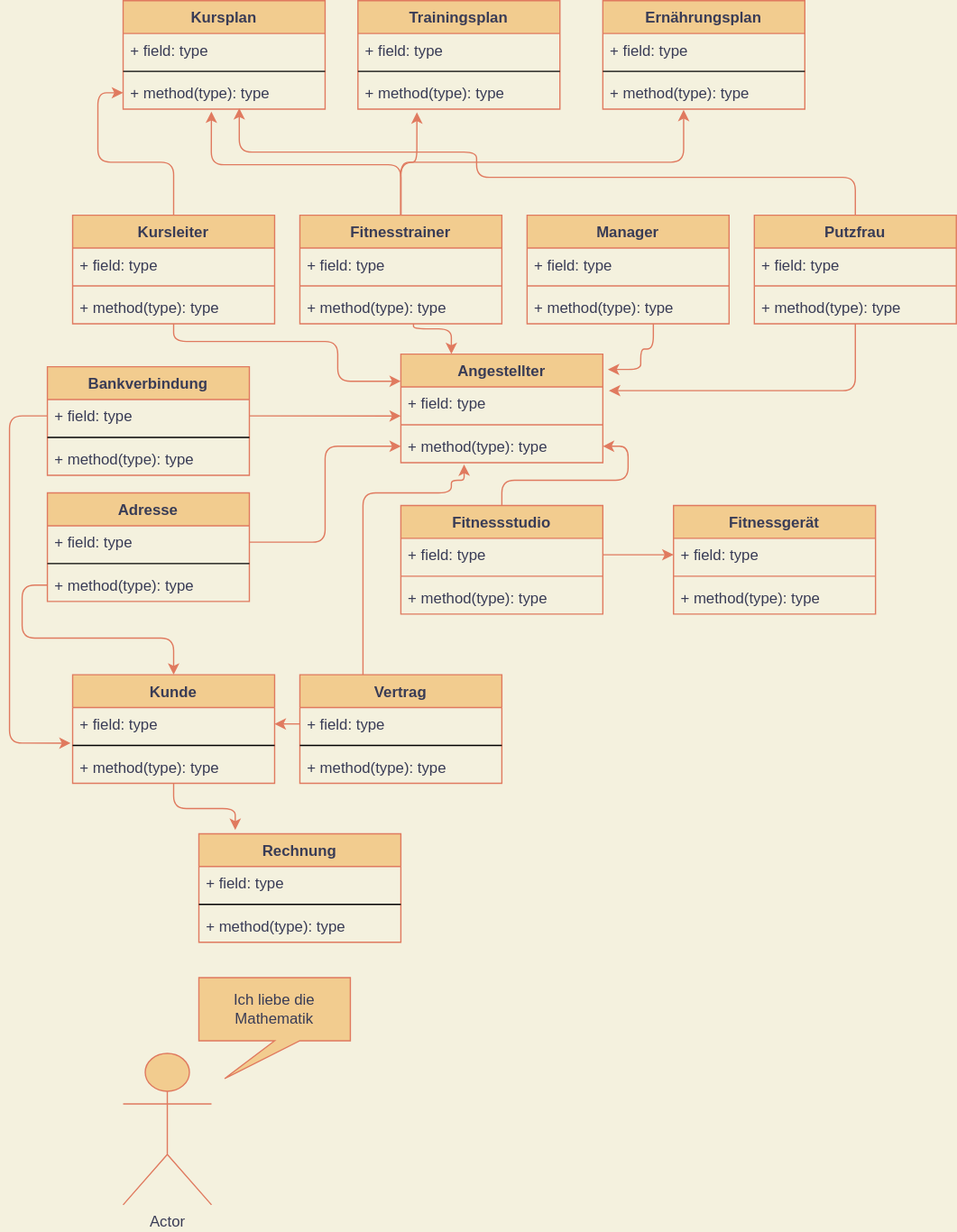
Fabianofski/hwr-oop-lecture-shared keeps this draw.io diagram as src/Muckibude.svg. Above is the earlier version. Source tidied: cells renumbered, new cells last; positions are measured from the earlier drawing's top-left corner, leaving out a move shared by most shapes.
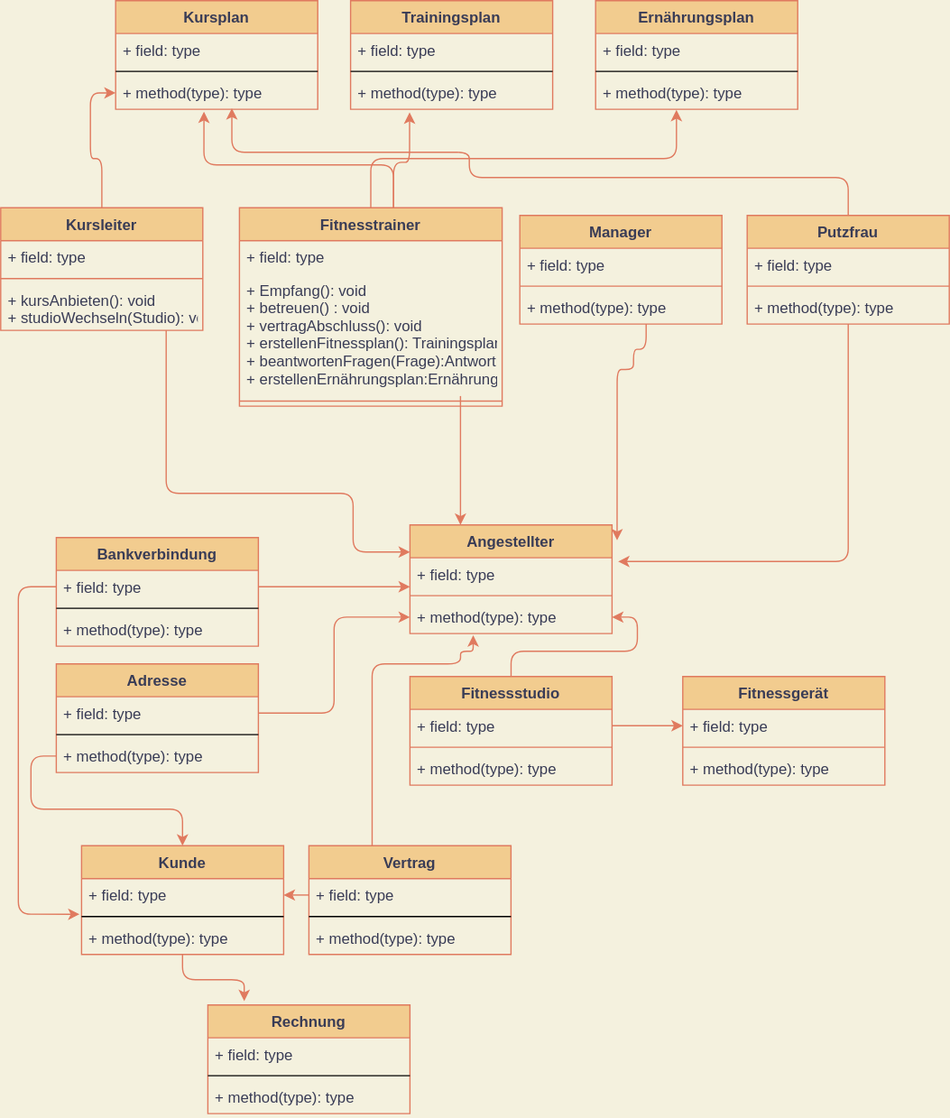
The same diagram one commit later.

The edit, as a diff of the source:
```diff
@@ -2,11 +2,11 @@
   <root>
     <mxCell id="0" />
     <mxCell id="1" parent="0" />
-    <mxCell id="2" style="edgeStyle=orthogonalEdgeStyle;rounded=1;jettySize=auto;html=1;fontColor=#393C56;strokeColor=#E07A5F;fillColor=#F2CC8F;" parent="1" edge="1" source="3" target="46">
+    <mxCell id="2" style="edgeStyle=orthogonalEdgeStyle;jettySize=auto;html=1;fontColor=#393C56;strokeColor=#E07A5F;fillColor=#F2CC8F;" parent="1" edge="1" source="3" target="46">
       <mxGeometry relative="1" as="geometry" />
     </mxCell>
     <mxCell id="3" value="Kursleiter" style="swimlane;fontStyle=1;align=center;verticalAlign=top;horizontal=1;startSize=26;fillColor=#F2CC8F;strokeColor=#E07A5F;fontColor=#393C56;" parent="1" vertex="1">
-      <mxGeometry x="50" y="170" width="160" height="86" as="geometry" />
+      <mxGeometry x="-14" y="29" width="160" height="97" as="geometry" />
     </mxCell>
     <mxCell id="4" value="+ field: type" style="text;strokeColor=none;fillColor=none;align=left;verticalAlign=top;spacingLeft=4;spacingRight=4;overflow=hidden;fontColor=#393C56;" parent="3" vertex="1">
       <mxGeometry y="26" width="160" height="26" as="geometry" />
@@ -14,55 +14,55 @@
     <mxCell id="5" style="line;strokeWidth=1;fillColor=none;align=left;verticalAlign=middle;spacingTop=-1;spacingLeft=3;spacingRight=3;labelPosition=right;strokeColor=#E07A5F;fontColor=#393C56;labelBackgroundColor=#F4F1DE;" parent="3" vertex="1">
       <mxGeometry y="52" width="160" height="8" as="geometry" />
     </mxCell>
-    <mxCell id="6" value="+ method(type): type" style="text;strokeColor=none;fillColor=none;align=left;verticalAlign=top;spacingLeft=4;spacingRight=4;overflow=hidden;points=[[0,0.5],[1,0.5]];portConstraint=eastwest;fontColor=#393C56;" parent="3" vertex="1">
-      <mxGeometry y="60" width="160" height="26" as="geometry" />
+    <mxCell id="6" value="+ kursAnbieten(): void&#10;+ studioWechseln(Studio): void" style="text;strokeColor=none;fillColor=none;align=left;verticalAlign=top;spacingLeft=4;spacingRight=4;overflow=hidden;points=[[0,0.5],[1,0.5]];portConstraint=eastwest;fontColor=#393C56;" parent="3" vertex="1">
+      <mxGeometry y="60" width="160" height="37" as="geometry" />
     </mxCell>
-    <mxCell id="7" style="edgeStyle=orthogonalEdgeStyle;rounded=1;jettySize=auto;html=1;entryX=0.437;entryY=1.071;entryDx=0;entryDy=0;entryPerimeter=0;fontColor=#393C56;strokeColor=#E07A5F;fillColor=#F2CC8F;" parent="1" edge="1" source="10" target="46">
+    <mxCell id="7" style="edgeStyle=orthogonalEdgeStyle;jettySize=auto;html=1;entryX=0.437;entryY=1.071;entryDx=0;entryDy=0;entryPerimeter=0;fontColor=#393C56;strokeColor=#E07A5F;fillColor=#F2CC8F;" parent="1" edge="1" source="10" target="46">
       <mxGeometry relative="1" as="geometry">
         <Array as="points">
-          <mxPoint x="310" y="130" />
-          <mxPoint x="160" y="130" />
+          <mxPoint x="297" y="-5" />
+          <mxPoint x="147" y="-5" />
         </Array>
       </mxGeometry>
     </mxCell>
-    <mxCell id="8" style="edgeStyle=orthogonalEdgeStyle;rounded=1;jettySize=auto;html=1;entryX=0.292;entryY=1.096;entryDx=0;entryDy=0;entryPerimeter=0;fontColor=#393C56;strokeColor=#E07A5F;fillColor=#F2CC8F;" parent="1" edge="1" source="10" target="50">
+    <mxCell id="8" style="edgeStyle=orthogonalEdgeStyle;jettySize=auto;html=1;entryX=0.292;entryY=1.096;entryDx=0;entryDy=0;entryPerimeter=0;fontColor=#393C56;strokeColor=#E07A5F;fillColor=#F2CC8F;" parent="1" edge="1" source="10" target="50">
       <mxGeometry relative="1" as="geometry">
         <Array as="points">
-          <mxPoint x="310" y="128" />
-          <mxPoint x="323" y="128" />
+          <mxPoint x="297" y="-7" />
+          <mxPoint x="310" y="-7" />
         </Array>
       </mxGeometry>
     </mxCell>
-    <mxCell id="9" style="edgeStyle=orthogonalEdgeStyle;rounded=1;jettySize=auto;html=1;entryX=0.4;entryY=1.019;entryDx=0;entryDy=0;entryPerimeter=0;fontColor=#393C56;strokeColor=#E07A5F;fillColor=#F2CC8F;" parent="1" edge="1" source="10" target="54">
+    <mxCell id="9" style="edgeStyle=orthogonalEdgeStyle;jettySize=auto;html=1;entryX=0.4;entryY=1.019;entryDx=0;entryDy=0;entryPerimeter=0;fontColor=#393C56;strokeColor=#E07A5F;fillColor=#F2CC8F;" parent="1" edge="1" source="10" target="54">
       <mxGeometry relative="1" as="geometry" />
     </mxCell>
     <mxCell id="10" value="Fitnesstrainer" style="swimlane;fontStyle=1;align=center;verticalAlign=top;horizontal=1;startSize=26;fillColor=#F2CC8F;strokeColor=#E07A5F;fontColor=#393C56;" parent="1" vertex="1">
-      <mxGeometry x="230" y="170" width="160" height="86" as="geometry" />
+      <mxGeometry x="175" y="29" width="208" height="157" as="geometry" />
     </mxCell>
     <mxCell id="11" value="+ field: type" style="text;strokeColor=none;fillColor=none;align=left;verticalAlign=top;spacingLeft=4;spacingRight=4;overflow=hidden;fontColor=#393C56;" parent="10" vertex="1">
-      <mxGeometry y="26" width="160" height="26" as="geometry" />
+      <mxGeometry y="26" width="208" height="26" as="geometry" />
     </mxCell>
+    <mxCell id="13" value="+ Empfang(): void&#10;+ betreuen() : void&#10;+ vertragAbschluss(): void&#10;+ erstellenFitnessplan(): Trainingsplan&#10;+ beantwortenFragen(Frage):Antwort&#10;+ erstellenErnährungsplan:Ernährungsplan" style="text;strokeColor=none;fillColor=none;align=left;verticalAlign=top;spacingLeft=4;spacingRight=4;overflow=hidden;points=[[0,0.5],[1,0.5]];portConstraint=eastwest;fontColor=#393C56;" parent="10" vertex="1">
+      <mxGeometry y="52" width="208" height="97" as="geometry" />
+    </mxCell>
     <mxCell id="12" style="line;strokeWidth=1;fillColor=none;align=left;verticalAlign=middle;spacingTop=-1;spacingLeft=3;spacingRight=3;labelPosition=right;strokeColor=#E07A5F;fontColor=#393C56;labelBackgroundColor=#F4F1DE;" parent="10" vertex="1">
-      <mxGeometry y="52" width="160" height="8" as="geometry" />
+      <mxGeometry y="149" width="208" height="8" as="geometry" />
     </mxCell>
-    <mxCell id="13" value="+ method(type): type" style="text;strokeColor=none;fillColor=none;align=left;verticalAlign=top;spacingLeft=4;spacingRight=4;overflow=hidden;points=[[0,0.5],[1,0.5]];portConstraint=eastwest;fontColor=#393C56;" parent="10" vertex="1">
-      <mxGeometry y="60" width="160" height="26" as="geometry" />
-    </mxCell>
     <mxCell id="14" style="edgeStyle=orthogonalEdgeStyle;jettySize=auto;html=1;entryX=1.03;entryY=0.115;entryDx=0;entryDy=0;entryPerimeter=0;fontColor=#393C56;strokeColor=#E07A5F;fillColor=#F2CC8F;" parent="1" edge="1" source="16" target="70">
       <mxGeometry relative="1" as="geometry" />
     </mxCell>
-    <mxCell id="15" style="edgeStyle=orthogonalEdgeStyle;rounded=1;jettySize=auto;html=1;entryX=0.575;entryY=0.968;entryDx=0;entryDy=0;entryPerimeter=0;fontColor=#393C56;strokeColor=#E07A5F;fillColor=#F2CC8F;" parent="1" edge="1" source="16" target="46">
+    <mxCell id="15" style="edgeStyle=orthogonalEdgeStyle;jettySize=auto;html=1;entryX=0.575;entryY=0.968;entryDx=0;entryDy=0;entryPerimeter=0;fontColor=#393C56;strokeColor=#E07A5F;fillColor=#F2CC8F;" parent="1" edge="1" source="16" target="46">
       <mxGeometry relative="1" as="geometry">
         <Array as="points">
-          <mxPoint x="670" y="140" />
-          <mxPoint x="370" y="140" />
-          <mxPoint x="370" y="120" />
-          <mxPoint x="182" y="120" />
+          <mxPoint x="657" y="5" />
+          <mxPoint x="357" y="5" />
+          <mxPoint x="357" y="-15" />
+          <mxPoint x="169" y="-15" />
         </Array>
       </mxGeometry>
     </mxCell>
     <mxCell id="16" value="Putzfrau" style="swimlane;fontStyle=1;align=center;verticalAlign=top;horizontal=1;startSize=26;fillColor=#F2CC8F;strokeColor=#E07A5F;fontColor=#393C56;" parent="1" vertex="1">
-      <mxGeometry x="590" y="170" width="160" height="86" as="geometry" />
+      <mxGeometry x="577" y="35" width="160" height="86" as="geometry" />
     </mxCell>
     <mxCell id="17" value="+ field: type" style="text;strokeColor=none;fillColor=none;align=left;verticalAlign=top;spacingLeft=4;spacingRight=4;overflow=hidden;fontColor=#393C56;" parent="16" vertex="1">
       <mxGeometry y="26" width="160" height="26" as="geometry" />
@@ -74,7 +74,7 @@
       <mxGeometry y="60" width="160" height="26" as="geometry" />
     </mxCell>
     <mxCell id="20" value="Manager" style="swimlane;fontStyle=1;align=center;verticalAlign=top;horizontal=1;startSize=26;fillColor=#F2CC8F;strokeColor=#E07A5F;fontColor=#393C56;" parent="1" vertex="1">
-      <mxGeometry x="410" y="170" width="160" height="86" as="geometry" />
+      <mxGeometry x="397" y="35" width="160" height="86" as="geometry" />
     </mxCell>
     <mxCell id="21" value="+ field: type" style="text;strokeColor=none;fillColor=none;align=left;verticalAlign=top;spacingLeft=4;spacingRight=4;overflow=hidden;fontColor=#393C56;" parent="20" vertex="1">
       <mxGeometry y="26" width="160" height="26" as="geometry" />
@@ -112,7 +112,7 @@
     <mxCell id="32" value="+ method(type): type" style="text;strokeColor=none;fillColor=none;align=left;verticalAlign=top;spacingLeft=4;spacingRight=4;overflow=hidden;fontColor=#393C56;" parent="29" vertex="1">
       <mxGeometry y="60" width="160" height="26" as="geometry" />
     </mxCell>
-    <mxCell id="33" style="edgeStyle=orthogonalEdgeStyle;rounded=1;jettySize=auto;html=1;entryX=0.313;entryY=1.054;entryDx=0;entryDy=0;entryPerimeter=0;fontColor=#393C56;strokeColor=#E07A5F;fillColor=#F2CC8F;" parent="1" edge="1" source="34" target="72">
+    <mxCell id="33" style="edgeStyle=orthogonalEdgeStyle;jettySize=auto;html=1;entryX=0.313;entryY=1.054;entryDx=0;entryDy=0;entryPerimeter=0;fontColor=#393C56;strokeColor=#E07A5F;fillColor=#F2CC8F;" parent="1" edge="1" source="34" target="72">
       <mxGeometry relative="1" as="geometry">
         <Array as="points">
           <mxPoint x="280" y="390" />
@@ -134,7 +134,7 @@
     <mxCell id="37" value="+ method(type): type" style="text;strokeColor=none;fillColor=none;align=left;verticalAlign=top;spacingLeft=4;spacingRight=4;overflow=hidden;fontColor=#393C56;" parent="34" vertex="1">
       <mxGeometry y="60" width="160" height="26" as="geometry" />
     </mxCell>
-    <mxCell id="38" style="edgeStyle=orthogonalEdgeStyle;rounded=1;jettySize=auto;html=1;entryX=0.18;entryY=-0.035;entryDx=0;entryDy=0;entryPerimeter=0;fontColor=#393C56;strokeColor=#E07A5F;fillColor=#F2CC8F;" parent="1" edge="1" source="39" target="65">
+    <mxCell id="38" style="edgeStyle=orthogonalEdgeStyle;jettySize=auto;html=1;entryX=0.18;entryY=-0.035;entryDx=0;entryDy=0;entryPerimeter=0;fontColor=#393C56;strokeColor=#E07A5F;fillColor=#F2CC8F;" parent="1" edge="1" source="39" target="65">
       <mxGeometry relative="1" as="geometry" />
     </mxCell>
     <mxCell id="39" value="Kunde" style="swimlane;fontStyle=1;align=center;verticalAlign=top;horizontal=1;startSize=26;fontColor=#393C56;strokeColor=#E07A5F;fillColor=#F2CC8F;" parent="1" vertex="1">
@@ -150,7 +150,7 @@
       <mxGeometry y="60" width="160" height="26" as="geometry" />
     </mxCell>
     <mxCell id="43" value="Kursplan" style="swimlane;fontStyle=1;align=center;verticalAlign=top;horizontal=1;startSize=26;fontColor=#393C56;strokeColor=#E07A5F;fillColor=#F2CC8F;" parent="1" vertex="1">
-      <mxGeometry x="90" width="160" height="86" as="geometry" />
+      <mxGeometry x="77" y="-135" width="160" height="86" as="geometry" />
     </mxCell>
     <mxCell id="44" value="+ field: type" style="text;strokeColor=none;fillColor=none;align=left;verticalAlign=top;spacingLeft=4;spacingRight=4;overflow=hidden;fontColor=#393C56;" parent="43" vertex="1">
       <mxGeometry y="26" width="160" height="26" as="geometry" />
@@ -162,7 +162,7 @@
       <mxGeometry y="60" width="160" height="26" as="geometry" />
     </mxCell>
     <mxCell id="47" value="Trainingsplan" style="swimlane;fontStyle=1;align=center;verticalAlign=top;horizontal=1;startSize=26;fontColor=#393C56;strokeColor=#E07A5F;fillColor=#F2CC8F;" parent="1" vertex="1">
-      <mxGeometry x="276" width="160" height="86" as="geometry" />
+      <mxGeometry x="263" y="-135" width="160" height="86" as="geometry" />
     </mxCell>
     <mxCell id="48" value="+ field: type" style="text;strokeColor=none;fillColor=none;align=left;verticalAlign=top;spacingLeft=4;spacingRight=4;overflow=hidden;fontColor=#393C56;" parent="47" vertex="1">
       <mxGeometry y="26" width="160" height="26" as="geometry" />
@@ -174,7 +174,7 @@
       <mxGeometry y="60" width="160" height="26" as="geometry" />
     </mxCell>
     <mxCell id="51" value="Ernährungsplan" style="swimlane;fontStyle=1;align=center;verticalAlign=top;horizontal=1;startSize=26;fontColor=#393C56;strokeColor=#E07A5F;fillColor=#F2CC8F;" parent="1" vertex="1">
-      <mxGeometry x="470" width="160" height="86" as="geometry" />
+      <mxGeometry x="457" y="-135" width="160" height="86" as="geometry" />
     </mxCell>
     <mxCell id="52" value="+ field: type" style="text;strokeColor=none;fillColor=none;align=left;verticalAlign=top;spacingLeft=4;spacingRight=4;overflow=hidden;fontColor=#393C56;" parent="51" vertex="1">
       <mxGeometry y="26" width="160" height="26" as="geometry" />
@@ -185,12 +185,6 @@
     <mxCell id="54" value="+ method(type): type" style="text;strokeColor=none;fillColor=none;align=left;verticalAlign=top;spacingLeft=4;spacingRight=4;overflow=hidden;points=[[0,0.5],[1,0.5]];portConstraint=eastwest;fontColor=#393C56;" parent="51" vertex="1">
       <mxGeometry y="60" width="160" height="26" as="geometry" />
     </mxCell>
-    <mxCell id="55" value="Actor" style="shape=umlActor;verticalLabelPosition=bottom;verticalAlign=top;html=1;fontColor=#393C56;strokeColor=#E07A5F;fillColor=#F2CC8F;" parent="1" vertex="1">
-      <mxGeometry x="90" y="834" width="70" height="120" as="geometry" />
-    </mxCell>
-    <mxCell id="56" value="Ich liebe die Mathematik" style="shape=callout;whiteSpace=wrap;html=1;perimeter=calloutPerimeter;fontColor=#393C56;strokeColor=#E07A5F;fillColor=#F2CC8F;position2=0.17;" parent="1" vertex="1">
-      <mxGeometry x="150" y="774" width="120" height="80" as="geometry" />
-    </mxCell>
     <mxCell id="57" value="Bankverbindung" style="swimlane;fontStyle=1;align=center;verticalAlign=top;horizontal=1;startSize=26;fontColor=#393C56;strokeColor=#E07A5F;fillColor=#F2CC8F;" parent="1" vertex="1">
       <mxGeometry x="30" y="290" width="160" height="86" as="geometry" />
     </mxCell>
@@ -242,26 +236,26 @@
     <mxCell id="73" style="edgeStyle=orthogonalEdgeStyle;jettySize=auto;html=1;entryX=0;entryY=0.25;entryDx=0;entryDy=0;fontColor=#393C56;strokeColor=#E07A5F;fillColor=#F2CC8F;" parent="1" edge="1" source="6" target="69">
       <mxGeometry relative="1" as="geometry">
         <Array as="points">
-          <mxPoint x="130" y="270" />
-          <mxPoint x="260" y="270" />
-          <mxPoint x="260" y="302" />
+          <mxPoint x="117" y="255" />
+          <mxPoint x="265" y="255" />
+          <mxPoint x="265" y="301" />
         </Array>
       </mxGeometry>
     </mxCell>
     <mxCell id="74" style="edgeStyle=orthogonalEdgeStyle;jettySize=auto;html=1;entryX=1.025;entryY=0.142;entryDx=0;entryDy=0;entryPerimeter=0;fontColor=#393C56;strokeColor=#E07A5F;fillColor=#F2CC8F;" parent="1" edge="1" source="23" target="69">
       <mxGeometry relative="1" as="geometry">
         <Array as="points">
-          <mxPoint x="510" y="276" />
-          <mxPoint x="500" y="276" />
-          <mxPoint x="500" y="292" />
+          <mxPoint x="497" y="141" />
+          <mxPoint x="487" y="141" />
+          <mxPoint x="487" y="157" />
         </Array>
       </mxGeometry>
     </mxCell>
     <mxCell id="75" style="edgeStyle=orthogonalEdgeStyle;jettySize=auto;html=1;entryX=0.25;entryY=0;entryDx=0;entryDy=0;fontColor=#393C56;strokeColor=#E07A5F;fillColor=#F2CC8F;" parent="1" edge="1" source="13" target="69">
       <mxGeometry relative="1" as="geometry">
         <Array as="points">
-          <mxPoint x="320" y="260" />
-          <mxPoint x="350" y="260" />
+          <mxPoint x="307" y="125" />
+          <mxPoint x="337" y="125" />
         </Array>
       </mxGeometry>
     </mxCell>
@@ -277,7 +271,7 @@
     <mxCell id="79" style="edgeStyle=orthogonalEdgeStyle;jettySize=auto;html=1;exitX=1;exitY=0.5;exitDx=0;exitDy=0;entryX=0;entryY=0.5;entryDx=0;entryDy=0;fontColor=#393C56;strokeColor=#E07A5F;fillColor=#F2CC8F;" parent="1" edge="1" source="26" target="30">
       <mxGeometry relative="1" as="geometry" />
     </mxCell>
-    <mxCell id="80" style="edgeStyle=orthogonalEdgeStyle;rounded=1;jettySize=auto;html=1;exitX=0;exitY=0.5;exitDx=0;exitDy=0;entryX=-0.01;entryY=1.085;entryDx=0;entryDy=0;entryPerimeter=0;fontColor=#393C56;strokeColor=#E07A5F;fillColor=#F2CC8F;" parent="1" edge="1" source="58" target="40">
+    <mxCell id="80" style="edgeStyle=orthogonalEdgeStyle;jettySize=auto;html=1;exitX=0;exitY=0.5;exitDx=0;exitDy=0;entryX=-0.01;entryY=1.085;entryDx=0;entryDy=0;entryPerimeter=0;fontColor=#393C56;strokeColor=#E07A5F;fillColor=#F2CC8F;" parent="1" edge="1" source="58" target="40">
       <mxGeometry relative="1" as="geometry">
         <Array as="points">
           <mxPoint y="329" />
@@ -285,7 +279,7 @@
         </Array>
       </mxGeometry>
     </mxCell>
-    <mxCell id="81" style="edgeStyle=orthogonalEdgeStyle;rounded=1;jettySize=auto;html=1;exitX=0;exitY=0.5;exitDx=0;exitDy=0;entryX=1;entryY=0.5;entryDx=0;entryDy=0;fontColor=#393C56;strokeColor=#E07A5F;fillColor=#F2CC8F;" parent="1" edge="1" source="35" target="40">
+    <mxCell id="81" style="edgeStyle=orthogonalEdgeStyle;jettySize=auto;html=1;exitX=0;exitY=0.5;exitDx=0;exitDy=0;entryX=1;entryY=0.5;entryDx=0;entryDy=0;fontColor=#393C56;strokeColor=#E07A5F;fillColor=#F2CC8F;" parent="1" edge="1" source="35" target="40">
       <mxGeometry relative="1" as="geometry" />
     </mxCell>
   </root>
```
